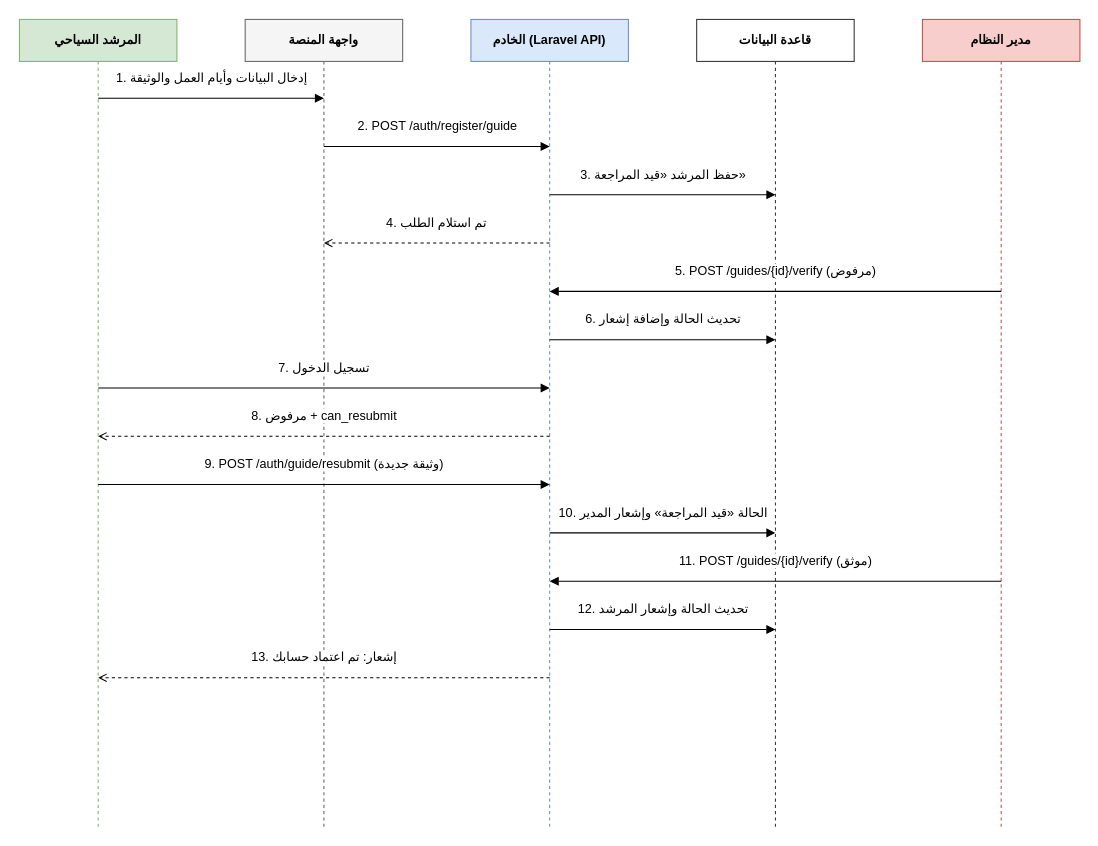
Above: مخططات_التحليل_drawio/seq01_users.drawio in masara-prog/Delni-project (draw.io), before the change. Source tidied: cells renumbered, new cells numbered last; positions are measured from the earlier drawing's top-left corner, leaving out a move shared by most shapes. Both pictures are drawn from the tidied source at 105%, with x=0, y=0 at pixel (19, 19).
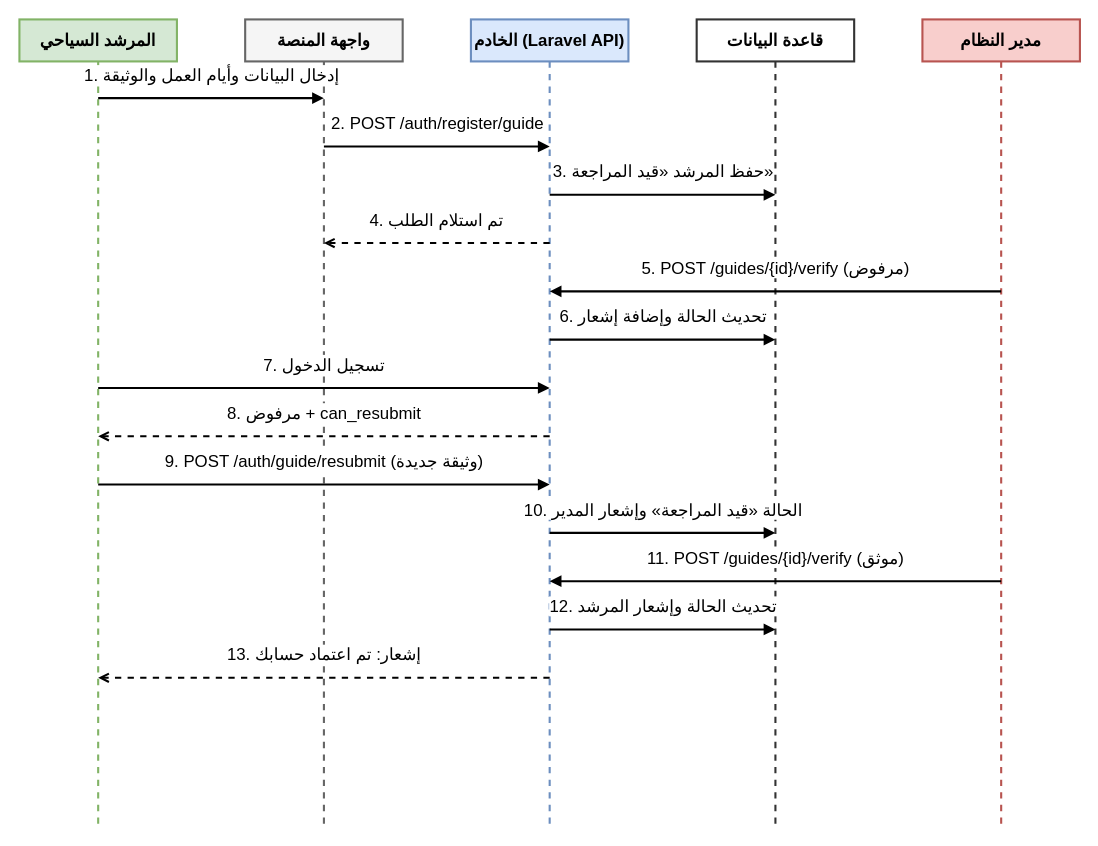
After the change.

Change to the diagram source:
```diff
@@
-    <mxCell id="2" value="المرشد السياحي" style="shape=umlLifeline;perimeter=lifelinePerimeter;size=40;html=1;whiteSpace=wrap;fontFamily=Arial;fontSize=12;fontStyle=1;fillColor=#d5e8d4;strokeColor=#82b366;" parent="1" vertex="1">
+    <mxCell id="2" value="المرشد السياحي" style="shape=umlLifeline;perimeter=lifelinePerimeter;size=40;html=1;whiteSpace=wrap;fontFamily=Arial;fontSize=16;fontStyle=1;fillColor=#d5e8d4;strokeColor=#82b366;strokeWidth=2;" parent="1" vertex="1">
       <mxGeometry width="150" height="770" as="geometry" />
     </mxCell>
-    <mxCell id="3" value="واجهة المنصة" style="shape=umlLifeline;perimeter=lifelinePerimeter;size=40;html=1;whiteSpace=wrap;fontFamily=Arial;fontSize=12;fontStyle=1;fillColor=#f5f5f5;strokeColor=#666666;" parent="1" vertex="1">
+    <mxCell id="3" value="واجهة المنصة" style="shape=umlLifeline;perimeter=lifelinePerimeter;size=40;html=1;whiteSpace=wrap;fontFamily=Arial;fontSize=16;fontStyle=1;fillColor=#f5f5f5;strokeColor=#666666;strokeWidth=2;" parent="1" vertex="1">
       <mxGeometry x="215" width="150" height="770" as="geometry" />
     </mxCell>
-    <mxCell id="4" value="الخادم (Laravel API)" style="shape=umlLifeline;perimeter=lifelinePerimeter;size=40;html=1;whiteSpace=wrap;fontFamily=Arial;fontSize=12;fontStyle=1;fillColor=#dae8fc;strokeColor=#6c8ebf;" parent="1" vertex="1">
+    <mxCell id="4" value="الخادم (Laravel API)" style="shape=umlLifeline;perimeter=lifelinePerimeter;size=40;html=1;whiteSpace=wrap;fontFamily=Arial;fontSize=16;fontStyle=1;fillColor=#dae8fc;strokeColor=#6c8ebf;strokeWidth=2;" parent="1" vertex="1">
       <mxGeometry x="430" width="150" height="770" as="geometry" />
     </mxCell>
-    <mxCell id="5" value="قاعدة البيانات" style="shape=umlLifeline;perimeter=lifelinePerimeter;size=40;html=1;whiteSpace=wrap;fontFamily=Arial;fontSize=12;fontStyle=1;fillColor=#ffffff;strokeColor=#333333;" parent="1" vertex="1">
+    <mxCell id="5" value="قاعدة البيانات" style="shape=umlLifeline;perimeter=lifelinePerimeter;size=40;html=1;whiteSpace=wrap;fontFamily=Arial;fontSize=16;fontStyle=1;fillColor=#ffffff;strokeColor=#333333;strokeWidth=2;" parent="1" vertex="1">
       <mxGeometry x="645" width="150" height="770" as="geometry" />
     </mxCell>
-    <mxCell id="6" value="مدير النظام" style="shape=umlLifeline;perimeter=lifelinePerimeter;size=40;html=1;whiteSpace=wrap;fontFamily=Arial;fontSize=12;fontStyle=1;fillColor=#f8cecc;strokeColor=#b85450;" parent="1" vertex="1">
+    <mxCell id="6" value="مدير النظام" style="shape=umlLifeline;perimeter=lifelinePerimeter;size=40;html=1;whiteSpace=wrap;fontFamily=Arial;fontSize=16;fontStyle=1;fillColor=#f8cecc;strokeColor=#b85450;strokeWidth=2;" parent="1" vertex="1">
       <mxGeometry x="860" width="150" height="770" as="geometry" />
     </mxCell>
-    <mxCell id="7" value="1. إدخال البيانات وأيام العمل والوثيقة" style="endArrow=block;endFill=1;html=1;rounded=0;fontFamily=Arial;fontSize=12;labelBackgroundColor=#ffffff;verticalAlign=bottom;" parent="1" edge="1">
+    <mxCell id="7" value="1. إدخال البيانات وأيام العمل والوثيقة" style="endArrow=block;endFill=1;html=1;rounded=0;fontFamily=Arial;fontSize=16;labelBackgroundColor=#ffffff;verticalAlign=bottom;strokeWidth=2;" parent="1" edge="1">
       <mxGeometry relative="1" as="geometry">
         <mxPoint x="75" y="75" as="sourcePoint" />
         <mxPoint x="290" y="75" as="targetPoint" />
         <mxPoint y="-10" as="offset" />
       </mxGeometry>
     </mxCell>
-    <mxCell id="8" value="2. POST /auth/register/guide" style="endArrow=block;endFill=1;html=1;rounded=0;fontFamily=Arial;fontSize=12;labelBackgroundColor=#ffffff;verticalAlign=bottom;" parent="1" edge="1">
+    <mxCell id="8" value="2. POST /auth/register/guide" style="endArrow=block;endFill=1;html=1;rounded=0;fontFamily=Arial;fontSize=16;labelBackgroundColor=#ffffff;verticalAlign=bottom;strokeWidth=2;" parent="1" edge="1">
       <mxGeometry relative="1" as="geometry">
         <mxPoint x="290" y="121" as="sourcePoint" />
         <mxPoint x="505" y="121" as="targetPoint" />
         <mxPoint y="-10" as="offset" />
       </mxGeometry>
     </mxCell>
-    <mxCell id="9" value="3. حفظ المرشد «قيد المراجعة»" style="endArrow=block;endFill=1;html=1;rounded=0;fontFamily=Arial;fontSize=12;labelBackgroundColor=#ffffff;verticalAlign=bottom;" parent="1" edge="1">
+    <mxCell id="9" value="3. حفظ المرشد «قيد المراجعة»" style="endArrow=block;endFill=1;html=1;rounded=0;fontFamily=Arial;fontSize=16;labelBackgroundColor=#ffffff;verticalAlign=bottom;strokeWidth=2;" parent="1" edge="1">
       <mxGeometry relative="1" as="geometry">
         <mxPoint x="505" y="167" as="sourcePoint" />
         <mxPoint x="720" y="167" as="targetPoint" />
         <mxPoint y="-10" as="offset" />
       </mxGeometry>
     </mxCell>
-    <mxCell id="10" value="4. تم استلام الطلب" style="dashed=1;endArrow=open;html=1;rounded=0;fontFamily=Arial;fontSize=12;labelBackgroundColor=#ffffff;verticalAlign=bottom;" parent="1" edge="1">
+    <mxCell id="10" value="4. تم استلام الطلب" style="dashed=1;endArrow=open;html=1;rounded=0;fontFamily=Arial;fontSize=16;labelBackgroundColor=#ffffff;verticalAlign=bottom;strokeWidth=2;" parent="1" edge="1">
       <mxGeometry relative="1" as="geometry">
         <mxPoint x="505" y="213" as="sourcePoint" />
         <mxPoint x="290" y="213" as="targetPoint" />
         <mxPoint y="-10" as="offset" />
       </mxGeometry>
     </mxCell>
-    <mxCell id="11" value="5. POST /guides/{id}/verify (مرفوض)" style="endArrow=block;endFill=1;html=1;rounded=0;fontFamily=Arial;fontSize=12;labelBackgroundColor=#ffffff;verticalAlign=bottom;" parent="1" edge="1">
+    <mxCell id="11" value="5. POST /guides/{id}/verify (مرفوض)" style="endArrow=block;endFill=1;html=1;rounded=0;fontFamily=Arial;fontSize=16;labelBackgroundColor=#ffffff;verticalAlign=bottom;strokeWidth=2;" parent="1" edge="1">
       <mxGeometry relative="1" as="geometry">
         <mxPoint x="935" y="259" as="sourcePoint" />
         <mxPoint x="505" y="259" as="targetPoint" />
         <mxPoint y="-10" as="offset" />
       </mxGeometry>
     </mxCell>
-    <mxCell id="12" value="6. تحديث الحالة وإضافة إشعار" style="endArrow=block;endFill=1;html=1;rounded=0;fontFamily=Arial;fontSize=12;labelBackgroundColor=#ffffff;verticalAlign=bottom;" parent="1" edge="1">
+    <mxCell id="12" value="6. تحديث الحالة وإضافة إشعار" style="endArrow=block;endFill=1;html=1;rounded=0;fontFamily=Arial;fontSize=16;labelBackgroundColor=#ffffff;verticalAlign=bottom;strokeWidth=2;" parent="1" edge="1">
       <mxGeometry relative="1" as="geometry">
         <mxPoint x="505" y="305" as="sourcePoint" />
         <mxPoint x="720" y="305" as="targetPoint" />
         <mxPoint y="-10" as="offset" />
       </mxGeometry>
     </mxCell>
-    <mxCell id="13" value="7. تسجيل الدخول" style="endArrow=block;endFill=1;html=1;rounded=0;fontFamily=Arial;fontSize=12;labelBackgroundColor=#ffffff;verticalAlign=bottom;" parent="1" edge="1">
+    <mxCell id="13" value="7. تسجيل الدخول" style="endArrow=block;endFill=1;html=1;rounded=0;fontFamily=Arial;fontSize=16;labelBackgroundColor=#ffffff;verticalAlign=bottom;strokeWidth=2;" parent="1" edge="1">
       <mxGeometry relative="1" as="geometry">
         <mxPoint x="75" y="351" as="sourcePoint" />
         <mxPoint x="505" y="351" as="targetPoint" />
         <mxPoint y="-10" as="offset" />
       </mxGeometry>
     </mxCell>
-    <mxCell id="14" value="8. مرفوض + can_resubmit" style="dashed=1;endArrow=open;html=1;rounded=0;fontFamily=Arial;fontSize=12;labelBackgroundColor=#ffffff;verticalAlign=bottom;" parent="1" edge="1">
+    <mxCell id="14" value="8. مرفوض + can_resubmit" style="dashed=1;endArrow=open;html=1;rounded=0;fontFamily=Arial;fontSize=16;labelBackgroundColor=#ffffff;verticalAlign=bottom;strokeWidth=2;" parent="1" edge="1">
       <mxGeometry relative="1" as="geometry">
         <mxPoint x="505" y="397" as="sourcePoint" />
         <mxPoint x="75" y="397" as="targetPoint" />
         <mxPoint y="-10" as="offset" />
       </mxGeometry>
     </mxCell>
-    <mxCell id="15" value="9. POST /auth/guide/resubmit (وثيقة جديدة)" style="endArrow=block;endFill=1;html=1;rounded=0;fontFamily=Arial;fontSize=12;labelBackgroundColor=#ffffff;verticalAlign=bottom;" parent="1" edge="1">
+    <mxCell id="15" value="9. POST /auth/guide/resubmit (وثيقة جديدة)" style="endArrow=block;endFill=1;html=1;rounded=0;fontFamily=Arial;fontSize=16;labelBackgroundColor=#ffffff;verticalAlign=bottom;strokeWidth=2;" parent="1" edge="1">
       <mxGeometry relative="1" as="geometry">
         <mxPoint x="75" y="443" as="sourcePoint" />
         <mxPoint x="505" y="443" as="targetPoint" />
         <mxPoint y="-10" as="offset" />
       </mxGeometry>
     </mxCell>
-    <mxCell id="16" value="10. الحالة «قيد المراجعة» وإشعار المدير" style="endArrow=block;endFill=1;html=1;rounded=0;fontFamily=Arial;fontSize=12;labelBackgroundColor=#ffffff;verticalAlign=bottom;" parent="1" edge="1">
+    <mxCell id="16" value="10. الحالة «قيد المراجعة» وإشعار المدير" style="endArrow=block;endFill=1;html=1;rounded=0;fontFamily=Arial;fontSize=16;labelBackgroundColor=#ffffff;verticalAlign=bottom;strokeWidth=2;" parent="1" edge="1">
       <mxGeometry relative="1" as="geometry">
         <mxPoint x="505" y="489" as="sourcePoint" />
         <mxPoint x="720" y="489" as="targetPoint" />
         <mxPoint y="-10" as="offset" />
       </mxGeometry>
     </mxCell>
-    <mxCell id="17" value="11. POST /guides/{id}/verify (موثق)" style="endArrow=block;endFill=1;html=1;rounded=0;fontFamily=Arial;fontSize=12;labelBackgroundColor=#ffffff;verticalAlign=bottom;" parent="1" edge="1">
+    <mxCell id="17" value="11. POST /guides/{id}/verify (موثق)" style="endArrow=block;endFill=1;html=1;rounded=0;fontFamily=Arial;fontSize=16;labelBackgroundColor=#ffffff;verticalAlign=bottom;strokeWidth=2;" parent="1" edge="1">
       <mxGeometry relative="1" as="geometry">
         <mxPoint x="935" y="535" as="sourcePoint" />
         <mxPoint x="505" y="535" as="targetPoint" />
         <mxPoint y="-10" as="offset" />
       </mxGeometry>
     </mxCell>
-    <mxCell id="18" value="12. تحديث الحالة وإشعار المرشد" style="endArrow=block;endFill=1;html=1;rounded=0;fontFamily=Arial;fontSize=12;labelBackgroundColor=#ffffff;verticalAlign=bottom;" parent="1" edge="1">
+    <mxCell id="18" value="12. تحديث الحالة وإشعار المرشد" style="endArrow=block;endFill=1;html=1;rounded=0;fontFamily=Arial;fontSize=16;labelBackgroundColor=#ffffff;verticalAlign=bottom;strokeWidth=2;" parent="1" edge="1">
       <mxGeometry relative="1" as="geometry">
         <mxPoint x="505" y="581" as="sourcePoint" />
         <mxPoint x="720" y="581" as="targetPoint" />
         <mxPoint y="-10" as="offset" />
       </mxGeometry>
     </mxCell>
-    <mxCell id="19" value="13. إشعار: تم اعتماد حسابك" style="dashed=1;endArrow=open;html=1;rounded=0;fontFamily=Arial;fontSize=12;labelBackgroundColor=#ffffff;verticalAlign=bottom;" parent="1" edge="1">
+    <mxCell id="19" value="13. إشعار: تم اعتماد حسابك" style="dashed=1;endArrow=open;html=1;rounded=0;fontFamily=Arial;fontSize=16;labelBackgroundColor=#ffffff;verticalAlign=bottom;strokeWidth=2;" parent="1" edge="1">
       <mxGeometry relative="1" as="geometry">
         <mxPoint x="505" y="627" as="sourcePoint" />
         <mxPoint x="75" y="627" as="targetPoint" />
         <mxPoint y="-10" as="offset" />
       </mxGeometry>
     </mxCell>
```
